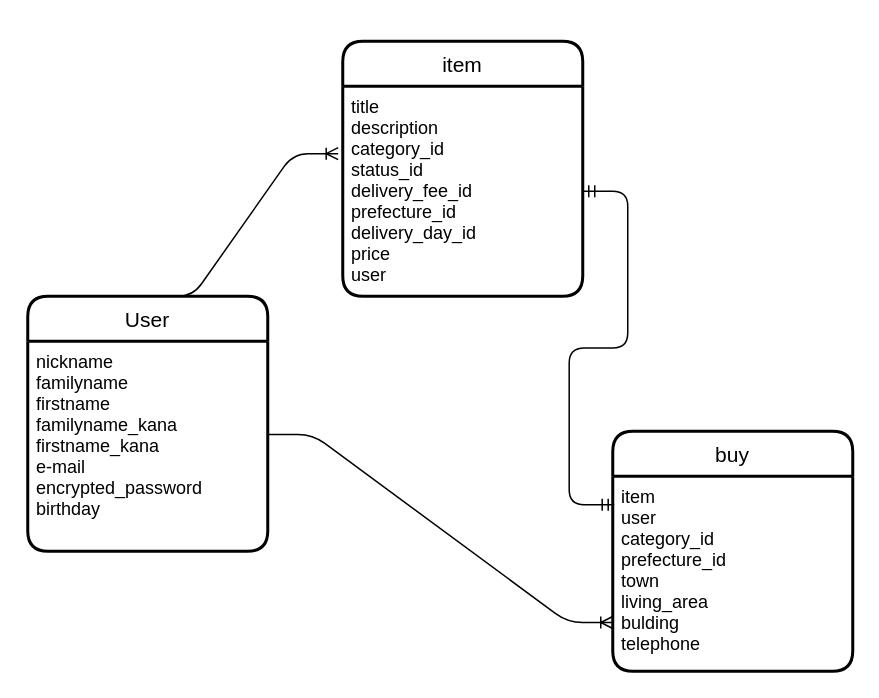
The draw.io diagram furima.dio in summerorange7/furima-37575, before the edit. Source tidied: cells renumbered, new cells numbered last; positions are measured from the earlier drawing's top-left corner, leaving out a move shared by most shapes. Both pictures are drawn from the tidied source at 150%, with x=0, y=0 at pixel (27, 26).
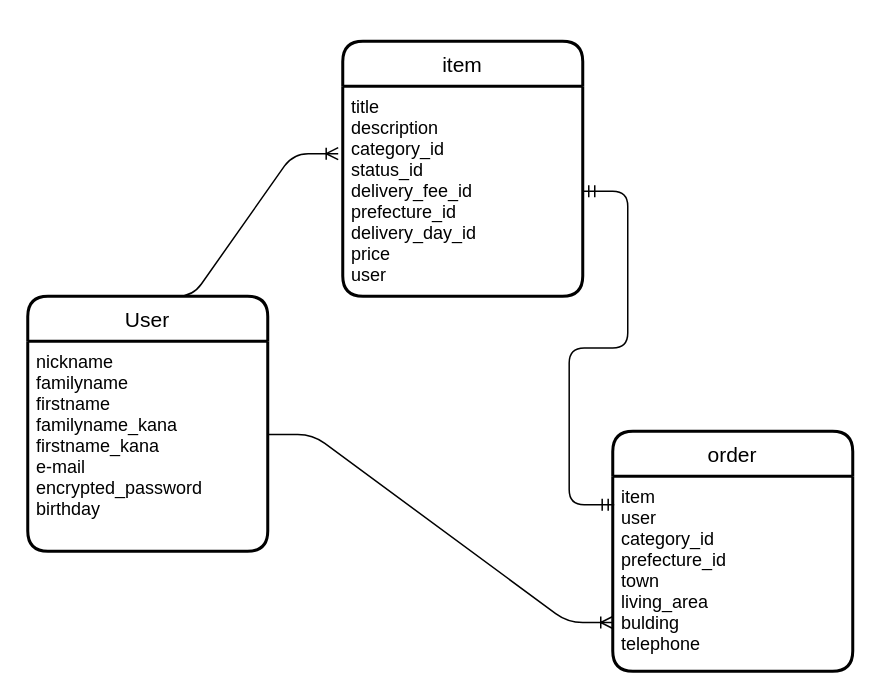
The same page after the edit.

Diff of the diagram source:
```diff
@@
 <mxGraphModel>
   <root>
     <mxCell id="0" />
     <mxCell id="1" parent="0" />
     <mxCell id="2" style="edgeStyle=entityRelationEdgeStyle;fontSize=12;html=1;endArrow=ERoneToMany;exitX=1;exitY=0.444;exitDx=0;exitDy=0;entryX=0;entryY=0.75;entryDx=0;entryDy=0;exitPerimeter=0;" parent="1" edge="1" source="5" target="10">
       <mxGeometry relative="1" as="geometry" />
     </mxCell>
     <mxCell id="3" style="edgeStyle=entityRelationEdgeStyle;fontSize=12;html=1;endArrow=ERmandOne;startArrow=ERmandOne;entryX=0.006;entryY=0.146;entryDx=0;entryDy=0;entryPerimeter=0;exitX=1;exitY=0.5;exitDx=0;exitDy=0;" parent="1" edge="1" source="7" target="10">
       <mxGeometry relative="1" as="geometry" />
     </mxCell>
     <mxCell id="4" value="User" style="swimlane;horizontal=1;startSize=30;rounded=1;fontSize=14;fontStyle=0;strokeWidth=2;shadow=0;dashed=0;align=center;" parent="1" vertex="1">
       <mxGeometry y="180" width="160" height="170" as="geometry" />
     </mxCell>
     <mxCell id="5" value="nickname&#10;familyname&#10;firstname&#10;familyname_kana&#10;firstname_kana&#10;e-mail&#10;encrypted_password&#10;birthday" style="align=left;strokeColor=none;fillColor=none;spacingLeft=4;fontSize=12;verticalAlign=top;" parent="4" vertex="1">
       <mxGeometry y="30" width="160" height="140" as="geometry" />
     </mxCell>
     <mxCell id="6" value="item" style="swimlane;horizontal=1;startSize=30;rounded=1;fontSize=14;fontStyle=0;strokeWidth=2;shadow=0;dashed=0;align=center;" parent="1" vertex="1">
       <mxGeometry x="210" y="10" width="160" height="170" as="geometry" />
     </mxCell>
     <mxCell id="7" value="title&#10;description&#10;category_id&#10;status_id&#10;delivery_fee_id&#10;prefecture_id&#10;delivery_day_id&#10;price&#10;user&#10;" style="align=left;strokeColor=none;fillColor=none;spacingLeft=4;fontSize=12;verticalAlign=top;" parent="6" vertex="1">
       <mxGeometry y="30" width="160" height="140" as="geometry" />
     </mxCell>
     <mxCell id="8" style="edgeStyle=entityRelationEdgeStyle;fontSize=12;html=1;endArrow=ERoneToMany;entryX=-0.019;entryY=0.321;entryDx=0;entryDy=0;entryPerimeter=0;exitX=0.5;exitY=0;exitDx=0;exitDy=0;" parent="1" edge="1" source="4" target="7">
       <mxGeometry relative="1" as="geometry" />
     </mxCell>
-    <mxCell id="9" value="buy" style="swimlane;horizontal=1;startSize=30;rounded=1;fontSize=14;fontStyle=0;strokeWidth=2;shadow=0;dashed=0;align=center;" parent="1" vertex="1">
+    <mxCell id="9" value="order" style="swimlane;horizontal=1;startSize=30;rounded=1;fontSize=14;fontStyle=0;strokeWidth=2;shadow=0;dashed=0;align=center;" parent="1" vertex="1">
       <mxGeometry x="390" y="270" width="160" height="160" as="geometry" />
     </mxCell>
     <mxCell id="10" value="item&#10;user&#10;category_id&#10;prefecture_id&#10;town&#10;living_area&#10;bulding&#10;telephone" style="align=left;strokeColor=none;fillColor=none;spacingLeft=4;fontSize=12;verticalAlign=top;" parent="9" vertex="1">
       <mxGeometry y="30" width="160" height="130" as="geometry" />
     </mxCell>
     <mxCell id="11" value="&lt;div style=&quot;color: rgb(212 , 212 , 212) ; background-color: rgb(30 , 30 , 30) ; font-family: &amp;#34;menlo&amp;#34; , &amp;#34;monaco&amp;#34; , &amp;#34;courier new&amp;#34; , monospace ; font-weight: normal ; font-size: 12px ; line-height: 18px&quot;&gt;&lt;br&gt;&lt;/div&gt;" style="text;whiteSpace=wrap;html=1;" parent="1" vertex="1">
       <mxGeometry width="180" height="50" as="geometry" />
     </mxCell>
   </root>
 </mxGraphModel>
```
